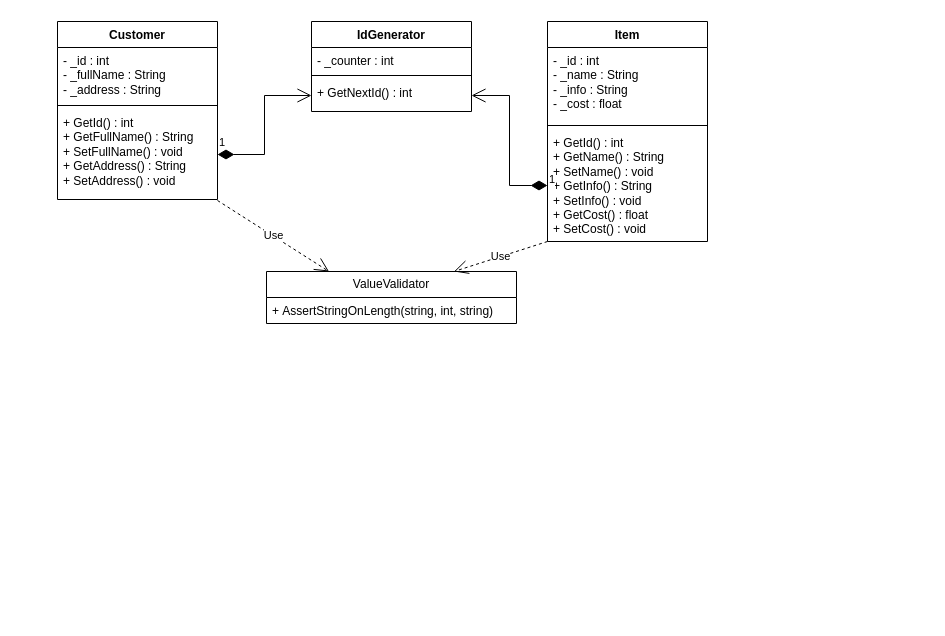
The draw.io diagram doc/Practics1.drawio in inittose/OOP, before the edit. Source tidied: cells renumbered, new cells numbered last; positions are measured from the earlier drawing's top-left corner, leaving out a move shared by most shapes. Both pictures are drawn from the tidied source at 100%, with x=0, y=0 at pixel (57, 21).
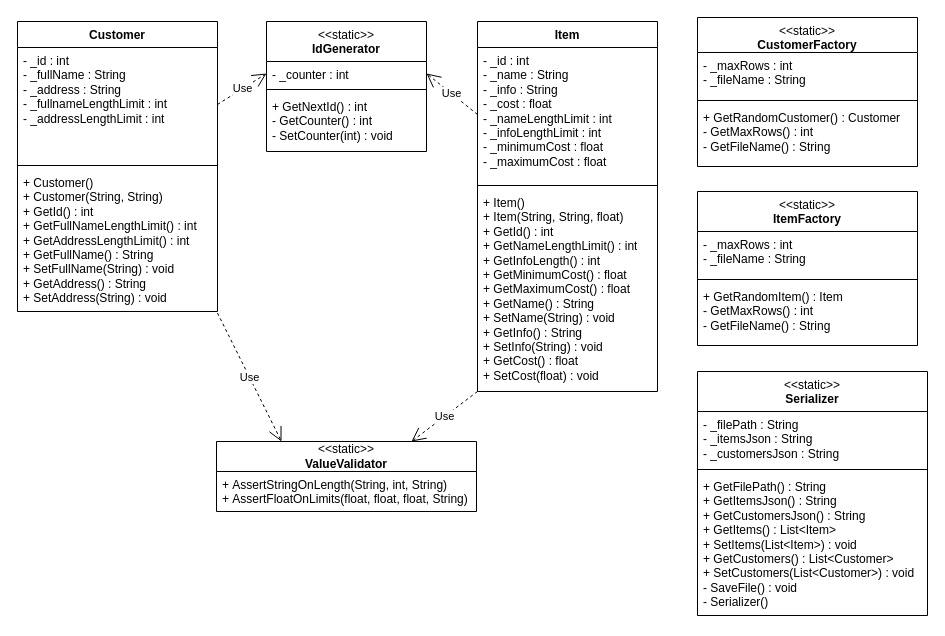
After the change.

The edit, as a diff of the source:
```diff
@@
     <mxCell id="2" value="Customer" style="swimlane;fontStyle=1;align=center;verticalAlign=top;horizontal=1;startSize=26;whiteSpace=wrap;html=1;" parent="1" vertex="1">
-      <mxGeometry width="160" height="178" as="geometry" />
+      <mxGeometry x="-40" width="200" height="290" as="geometry" />
     </mxCell>
-    <mxCell id="3" value="- _id : int&lt;br&gt;- _fullName : String&lt;br&gt;- _address : String" style="text;strokeColor=none;fillColor=none;align=left;verticalAlign=top;spacingLeft=4;spacingRight=4;overflow=hidden;points=[[0,0.5],[1,0.5]];portConstraint=eastwest;whiteSpace=wrap;html=1;" parent="2" vertex="1">
-      <mxGeometry y="26" width="160" height="54" as="geometry" />
+    <mxCell id="3" value="- _id : int&lt;br&gt;- _fullName : String&lt;br&gt;- _address : String&lt;br&gt;-&amp;nbsp;_fullnameLengthLimit : int&lt;br&gt;-&amp;nbsp;_addressLengthLimit : int" style="text;strokeColor=none;fillColor=none;align=left;verticalAlign=top;spacingLeft=4;spacingRight=4;overflow=hidden;points=[[0,0.5],[1,0.5]];portConstraint=eastwest;whiteSpace=wrap;html=1;" parent="2" vertex="1">
+      <mxGeometry y="26" width="200" height="114" as="geometry" />
     </mxCell>
     <mxCell id="4" style="line;strokeWidth=1;fillColor=none;align=left;verticalAlign=middle;spacingTop=-1;spacingLeft=3;spacingRight=3;labelPosition=right;strokeColor=inherit;" parent="2" vertex="1">
-      <mxGeometry y="80" width="160" height="8" as="geometry" />
+      <mxGeometry y="140" width="200" height="8" as="geometry" />
     </mxCell>
-    <mxCell id="5" value="+ GetId() : int&lt;br&gt;+ GetFullName() : String&lt;br&gt;+ SetFullName() : void&lt;br&gt;+ GetAddress() : String&lt;br&gt;+ SetAddress() : void" style="text;strokeColor=none;fillColor=none;align=left;verticalAlign=top;spacingLeft=4;spacingRight=4;overflow=hidden;points=[[0,0.5],[1,0.5]];portConstraint=eastwest;whiteSpace=wrap;html=1;" parent="2" vertex="1">
-      <mxGeometry y="88" width="160" height="90" as="geometry" />
+    <mxCell id="5" value="+&amp;nbsp;Customer()&lt;br style=&quot;border-color: var(--border-color);&quot;&gt;+ Customer(String, String)&lt;br&gt;+ GetId() : int&lt;br&gt;+ GetFullNameLengthLimit() : int&lt;br&gt;+ GetAddressLengthLimit() : int&lt;br&gt;+ GetFullName() : String&lt;br&gt;+ SetFullName(String) : void&lt;br&gt;+ GetAddress() : String&lt;br&gt;+ SetAddress(String) : void" style="text;strokeColor=none;fillColor=none;align=left;verticalAlign=top;spacingLeft=4;spacingRight=4;overflow=hidden;points=[[0,0.5],[1,0.5]];portConstraint=eastwest;whiteSpace=wrap;html=1;" parent="2" vertex="1">
+      <mxGeometry y="148" width="200" height="142" as="geometry" />
     </mxCell>
     <mxCell id="6" value="Item" style="swimlane;fontStyle=1;align=center;verticalAlign=top;horizontal=1;startSize=26;whiteSpace=wrap;html=1;" parent="1" vertex="1">
-      <mxGeometry x="490" width="160" height="220" as="geometry" />
+      <mxGeometry x="420" width="180" height="370" as="geometry" />
     </mxCell>
-    <mxCell id="7" value="- _id : int&lt;br&gt;- _name : String&lt;br&gt;- _info : String&lt;br&gt;- _cost : float" style="text;strokeColor=none;fillColor=none;align=left;verticalAlign=top;spacingLeft=4;spacingRight=4;overflow=hidden;points=[[0,0.5],[1,0.5]];portConstraint=eastwest;whiteSpace=wrap;html=1;" parent="6" vertex="1">
-      <mxGeometry y="26" width="160" height="74" as="geometry" />
+    <mxCell id="7" value="- _id : int&lt;br&gt;- _name : String&lt;br&gt;- _info : String&lt;br&gt;- _cost : float&lt;br style=&quot;border-color: var(--border-color);&quot;&gt;-&amp;nbsp;_nameLengthLimit : int&lt;br style=&quot;border-color: var(--border-color);&quot;&gt;- _infoLengthLimit : int&lt;br style=&quot;border-color: var(--border-color);&quot;&gt;- _minimumCost : float&lt;br style=&quot;border-color: var(--border-color);&quot;&gt;-&amp;nbsp;_maximumCost : float" style="text;strokeColor=none;fillColor=none;align=left;verticalAlign=top;spacingLeft=4;spacingRight=4;overflow=hidden;points=[[0,0.5],[1,0.5]];portConstraint=eastwest;whiteSpace=wrap;html=1;" parent="6" vertex="1">
+      <mxGeometry y="26" width="180" height="134" as="geometry" />
     </mxCell>
     <mxCell id="8" style="line;strokeWidth=1;fillColor=none;align=left;verticalAlign=middle;spacingTop=-1;spacingLeft=3;spacingRight=3;labelPosition=right;strokeColor=inherit;" parent="6" vertex="1">
-      <mxGeometry y="100" width="160" height="8" as="geometry" />
+      <mxGeometry y="160" width="180" height="8" as="geometry" />
     </mxCell>
-    <mxCell id="9" value="+ GetId() : int&lt;br&gt;+ GetName() : String&lt;br&gt;+ SetName() : void&lt;br&gt;+ GetInfo() : String&lt;br&gt;+ SetInfo() : void&lt;br&gt;+ GetCost() : float&lt;br&gt;+ SetCost() : void" style="text;strokeColor=none;fillColor=none;align=left;verticalAlign=top;spacingLeft=4;spacingRight=4;overflow=hidden;points=[[0,0.5],[1,0.5]];portConstraint=eastwest;whiteSpace=wrap;html=1;" parent="6" vertex="1">
-      <mxGeometry y="108" width="160" height="112" as="geometry" />
+    <mxCell id="9" value="+&amp;nbsp;Item()&lt;br&gt;+&amp;nbsp;Item(String, String, float)&lt;br&gt;+ GetId() : int&lt;br style=&quot;border-color: var(--border-color);&quot;&gt;+ GetNameLengthLimit() : int&lt;br style=&quot;border-color: var(--border-color);&quot;&gt;+ GetInfoLength() : int&lt;br style=&quot;border-color: var(--border-color);&quot;&gt;+ GetMinimumCost() : float&lt;br style=&quot;border-color: var(--border-color);&quot;&gt;+ GetMaximumCost() : float&lt;br&gt;+ GetName() : String&lt;br&gt;+ SetName(String) : void&lt;br&gt;+ GetInfo() : String&lt;br&gt;+ SetInfo(String) : void&lt;br&gt;+ GetCost() : float&lt;br&gt;+ SetCost(float) : void" style="text;strokeColor=none;fillColor=none;align=left;verticalAlign=top;spacingLeft=4;spacingRight=4;overflow=hidden;points=[[0,0.5],[1,0.5]];portConstraint=eastwest;whiteSpace=wrap;html=1;" parent="6" vertex="1">
+      <mxGeometry y="168" width="180" height="202" as="geometry" />
     </mxCell>
-    <mxCell id="10" value="IdGenerator" style="swimlane;fontStyle=1;align=center;verticalAlign=top;horizontal=1;startSize=26;whiteSpace=wrap;html=1;" parent="1" vertex="1">
-      <mxGeometry x="254" width="160" height="90" as="geometry" />
+    <mxCell id="10" value="&lt;span style=&quot;font-weight: normal;&quot;&gt;&amp;lt;&amp;lt;static&amp;gt;&amp;gt;&lt;/span&gt;&lt;br&gt;IdGenerator" style="swimlane;fontStyle=1;align=center;verticalAlign=top;horizontal=1;startSize=40;whiteSpace=wrap;html=1;" parent="1" vertex="1">
+      <mxGeometry x="209" width="160" height="130" as="geometry" />
     </mxCell>
     <mxCell id="11" value="- _counter : int" style="text;strokeColor=none;fillColor=none;align=left;verticalAlign=top;spacingLeft=4;spacingRight=4;overflow=hidden;points=[[0,0.5],[1,0.5]];portConstraint=eastwest;whiteSpace=wrap;html=1;" parent="10" vertex="1">
-      <mxGeometry y="26" width="160" height="24" as="geometry" />
+      <mxGeometry y="40" width="160" height="24" as="geometry" />
     </mxCell>
     <mxCell id="12" style="line;strokeWidth=1;fillColor=none;align=left;verticalAlign=middle;spacingTop=-1;spacingLeft=3;spacingRight=3;labelPosition=right;strokeColor=inherit;" parent="10" vertex="1">
-      <mxGeometry y="50" width="160" height="8" as="geometry" />
+      <mxGeometry y="64" width="160" height="8" as="geometry" />
     </mxCell>
-    <mxCell id="13" value="+ GetNextId() : int" style="text;strokeColor=none;fillColor=none;align=left;verticalAlign=top;spacingLeft=4;spacingRight=4;overflow=hidden;points=[[0,0.5],[1,0.5]];portConstraint=eastwest;whiteSpace=wrap;html=1;" parent="10" vertex="1">
-      <mxGeometry y="58" width="160" height="32" as="geometry" />
+    <mxCell id="13" value="+ GetNextId() : int&lt;br&gt;- GetCounter() : int&lt;br&gt;- SetCounter(int) : void" style="text;strokeColor=none;fillColor=none;align=left;verticalAlign=top;spacingLeft=4;spacingRight=4;overflow=hidden;points=[[0,0.5],[1,0.5]];portConstraint=eastwest;whiteSpace=wrap;html=1;" parent="10" vertex="1">
+      <mxGeometry y="72" width="160" height="58" as="geometry" />
     </mxCell>
-    <mxCell id="14" value="ValueValidator" style="swimlane;fontStyle=0;horizontal=1;startSize=26;fillColor=none;whiteSpace=wrap;html=1;" parent="1" vertex="1">
-      <mxGeometry x="209" y="250" width="250" height="52" as="geometry" />
+    <mxCell id="14" value="&amp;lt;&amp;lt;static&amp;gt;&amp;gt;&lt;br&gt;&lt;b&gt;ValueValidator&lt;/b&gt;" style="swimlane;fontStyle=0;horizontal=1;startSize=30;fillColor=none;whiteSpace=wrap;html=1;" parent="1" vertex="1">
+      <mxGeometry x="159" y="420" width="260" height="70" as="geometry" />
     </mxCell>
-    <mxCell id="15" value="+&amp;nbsp;AssertStringOnLength(string, int, string)" style="text;strokeColor=none;fillColor=none;align=left;verticalAlign=top;spacingLeft=4;spacingRight=4;overflow=hidden;whiteSpace=wrap;html=1;" parent="14" vertex="1">
-      <mxGeometry y="26" width="250" height="26" as="geometry" />
+    <mxCell id="15" value="+&amp;nbsp;AssertStringOnLength(String, int, String)&lt;br&gt;+&amp;nbsp;AssertFloatOnLimits(float, float,&amp;nbsp;&lt;span style=&quot;background-color: initial;&quot;&gt;float, String)&lt;/span&gt;" style="text;strokeColor=none;fillColor=none;align=left;verticalAlign=top;spacingLeft=4;spacingRight=4;overflow=hidden;whiteSpace=wrap;html=1;" parent="14" vertex="1">
+      <mxGeometry y="30" width="260" height="40" as="geometry" />
     </mxCell>
-    <mxCell id="16" value="1" style="endArrow=open;html=1;endSize=12;startArrow=diamondThin;startSize=14;startFill=1;edgeStyle=orthogonalEdgeStyle;align=left;verticalAlign=bottom;rounded=0;exitX=1;exitY=0.5;exitDx=0;exitDy=0;entryX=0;entryY=0.5;entryDx=0;entryDy=0;" parent="1" edge="1" source="5" target="13">
-      <mxGeometry x="-1" y="3" relative="1" as="geometry" />
-    </mxCell>
-    <mxCell id="17" value="1" style="endArrow=open;html=1;endSize=12;startArrow=diamondThin;startSize=14;startFill=1;edgeStyle=orthogonalEdgeStyle;align=left;verticalAlign=bottom;rounded=0;entryX=1;entryY=0.5;entryDx=0;entryDy=0;exitX=0;exitY=0.5;exitDx=0;exitDy=0;" parent="1" edge="1" source="9" target="13">
-      <mxGeometry x="-1" y="3" relative="1" as="geometry" />
-    </mxCell>
@@
+    <mxCell id="20" value="Use" style="endArrow=open;endSize=12;dashed=1;html=1;rounded=0;exitX=1;exitY=0.5;exitDx=0;exitDy=0;entryX=0;entryY=0.5;entryDx=0;entryDy=0;" parent="1" edge="1" source="3" target="11">
+      <mxGeometry relative="1" as="geometry" />
+    </mxCell>
+    <mxCell id="21" value="Use" style="endArrow=open;endSize=12;dashed=1;html=1;rounded=0;exitX=0;exitY=0.5;exitDx=0;exitDy=0;entryX=1;entryY=0.5;entryDx=0;entryDy=0;" parent="1" edge="1" source="7" target="11">
+      <mxGeometry relative="1" as="geometry" />
+    </mxCell>
+    <mxCell id="22" value="&lt;span style=&quot;font-weight: normal;&quot;&gt;&amp;lt;&amp;lt;static&amp;gt;&amp;gt;&lt;/span&gt;&lt;br&gt;CustomerFactory" style="swimlane;fontStyle=1;align=center;verticalAlign=top;horizontal=1;startSize=35;whiteSpace=wrap;html=1;" parent="1" vertex="1">
+      <mxGeometry x="640" y="-4" width="220" height="149" as="geometry" />
+    </mxCell>
+    <mxCell id="23" value="-&amp;nbsp;_maxRows : int&lt;br&gt;- _fileName : String&lt;div&gt;&lt;br&gt;&lt;/div&gt;" style="text;strokeColor=none;fillColor=none;align=left;verticalAlign=top;spacingLeft=4;spacingRight=4;overflow=hidden;whiteSpace=wrap;html=1;" parent="22" vertex="1">
+      <mxGeometry y="35" width="220" height="44" as="geometry" />
+    </mxCell>
+    <mxCell id="24" style="line;strokeWidth=1;fillColor=none;align=left;verticalAlign=middle;spacingTop=-1;spacingLeft=3;spacingRight=3;labelPosition=right;strokeColor=inherit;" parent="22" vertex="1">
+      <mxGeometry y="79" width="220" height="8" as="geometry" />
+    </mxCell>
+    <mxCell id="25" value="+&amp;nbsp;GetRandomCustomer() : Customer&lt;br&gt;- GetMaxRows() : int&lt;br&gt;- GetFileName() : String" style="text;strokeColor=none;fillColor=none;align=left;verticalAlign=top;spacingLeft=4;spacingRight=4;overflow=hidden;whiteSpace=wrap;html=1;" parent="22" vertex="1">
+      <mxGeometry y="87" width="220" height="62" as="geometry" />
+    </mxCell>
+    <mxCell id="26" value="&lt;span style=&quot;font-weight: normal;&quot;&gt;&amp;lt;&amp;lt;static&amp;gt;&amp;gt;&lt;/span&gt;&lt;br&gt;ItemFactory" style="swimlane;fontStyle=1;align=center;verticalAlign=top;horizontal=1;startSize=40;whiteSpace=wrap;html=1;" parent="1" vertex="1">
+      <mxGeometry x="640" y="170" width="220" height="154" as="geometry" />
+    </mxCell>
+    <mxCell id="27" value="-&amp;nbsp;_maxRows : int&lt;br&gt;- _fileName : String&lt;div&gt;&lt;br&gt;&lt;/div&gt;" style="text;strokeColor=none;fillColor=none;align=left;verticalAlign=top;spacingLeft=4;spacingRight=4;overflow=hidden;whiteSpace=wrap;html=1;" parent="26" vertex="1">
+      <mxGeometry y="40" width="220" height="44" as="geometry" />
+    </mxCell>
+    <mxCell id="28" style="line;strokeWidth=1;fillColor=none;align=left;verticalAlign=middle;spacingTop=-1;spacingLeft=3;spacingRight=3;labelPosition=right;strokeColor=inherit;" parent="26" vertex="1">
+      <mxGeometry y="84" width="220" height="8" as="geometry" />
+    </mxCell>
+    <mxCell id="29" value="+&amp;nbsp;GetRandomItem() : Item&lt;br&gt;- GetMaxRows() : int&lt;br&gt;- GetFileName() : String&lt;div&gt;&lt;br/&gt;&lt;/div&gt;" style="text;strokeColor=none;fillColor=none;align=left;verticalAlign=top;spacingLeft=4;spacingRight=4;overflow=hidden;whiteSpace=wrap;html=1;" parent="26" vertex="1">
+      <mxGeometry y="92" width="220" height="62" as="geometry" />
+    </mxCell>
+    <mxCell id="30" value="&lt;span style=&quot;font-weight: normal;&quot;&gt;&amp;lt;&amp;lt;static&amp;gt;&amp;gt;&lt;/span&gt;&lt;br&gt;Serializer" style="swimlane;fontStyle=1;align=center;verticalAlign=top;horizontal=1;startSize=40;whiteSpace=wrap;html=1;" parent="1" vertex="1">
+      <mxGeometry x="640" y="350" width="230" height="244" as="geometry" />
+    </mxCell>
+    <mxCell id="31" value="-&amp;nbsp;_filePath : String&lt;br&gt;-&amp;nbsp;_itemsJson : String&lt;br&gt;-&amp;nbsp;_customersJson : String" style="text;strokeColor=none;fillColor=none;align=left;verticalAlign=top;spacingLeft=4;spacingRight=4;overflow=hidden;whiteSpace=wrap;html=1;" parent="30" vertex="1">
+      <mxGeometry y="40" width="230" height="54" as="geometry" />
+    </mxCell>
+    <mxCell id="32" style="line;strokeWidth=1;fillColor=none;align=left;verticalAlign=middle;spacingTop=-1;spacingLeft=3;spacingRight=3;labelPosition=right;strokeColor=inherit;" parent="30" vertex="1">
+      <mxGeometry y="94" width="230" height="8" as="geometry" />
+    </mxCell>
+    <mxCell id="33" value="+ GetFilePath() : String&lt;br&gt;+ GetItemsJson() : String&lt;br&gt;+ GetCustomersJson() : String&lt;br&gt;+&amp;nbsp;GetItems() : List&amp;lt;Item&amp;gt;&lt;br&gt;+&amp;nbsp;SetItems(List&amp;lt;Item&amp;gt;) : void&lt;br&gt;+&amp;nbsp;GetCustomers() :&amp;nbsp;List&amp;lt;Customer&amp;gt;&lt;div&gt;+&amp;nbsp;SetCustomers(List&amp;lt;Customer&amp;gt;) : void&lt;/div&gt;&lt;div&gt;-&amp;nbsp;SaveFile() : void&lt;/div&gt;&lt;div&gt;- Serializer()&lt;br&gt;&lt;/div&gt;" style="text;strokeColor=none;fillColor=none;align=left;verticalAlign=top;spacingLeft=4;spacingRight=4;overflow=hidden;whiteSpace=wrap;html=1;" parent="30" vertex="1">
+      <mxGeometry y="102" width="230" height="142" as="geometry" />
+    </mxCell>
```
